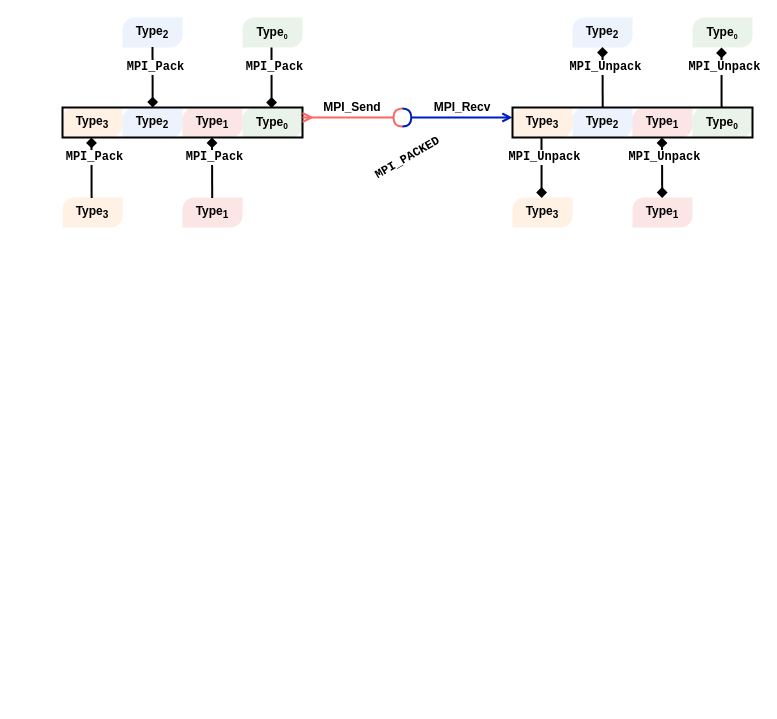
Earlier version of the draw.io diagram page "derived datatypes" (7 of 7) of content/diagrams/intermediate-mpi.drawio (ENCCS/intermediate-mpi). Source tidied: cells renumbered, new cells numbered last; positions are measured from the earlier drawing's top-left corner, leaving out a move shared by most shapes. Both pictures are drawn from the tidied source at 100%, with x=0, y=0 at pixel (62, 17).
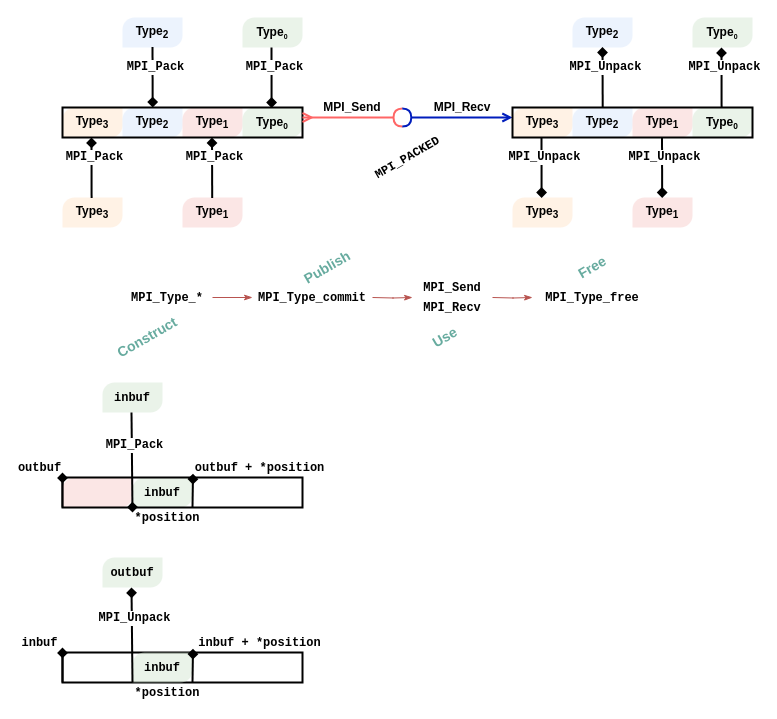
The same diagram, later.

The edit, as a diff of the source:
```diff
@@
+    <mxCell id="57" style="rounded=0;whiteSpace=wrap;html=1;strokeWidth=2;fillColor=none;" parent="1" vertex="1">
+      <mxGeometry y="635" width="240" height="30" as="geometry" />
+    </mxCell>
+    <mxCell id="58" style="verticalLabelPosition=bottom;verticalAlign=top;html=1;shape=mxgraph.basic.diag_round_rect;dx=6;shadow=0;fillColor=#d5e8d4;opacity=50;fontFamily=Helvetica;strokeColor=none;" parent="1" vertex="1">
+      <mxGeometry x="40" y="365" width="60" height="30" as="geometry" />
+    </mxCell>
@@
-    <mxCell id="55" style="endArrow=diamond;html=1;strokeWidth=2;entryX=0.834;entryY=0.047;entryDx=0;entryDy=0;entryPerimeter=0;endFill=1;startArrow=diamond;startFill=1;" parent="1" edge="1">
+    <mxCell id="55" style="endArrow=diamond;html=1;strokeWidth=2;entryX=0.834;entryY=0.047;entryDx=0;entryDy=0;entryPerimeter=0;endFill=1;startArrow=none;startFill=0;" parent="1" edge="1">
       <mxGeometry relative="1" as="geometry">
         <mxPoint x="599.5" y="120" as="sourcePoint" />
         <mxPoint x="599.7" y="180.4" as="targetPoint" />
       </mxGeometry>
     </mxCell>
@@
+    <mxCell id="59" value="&lt;b&gt;&lt;font color=&quot;#67ab9f&quot; style=&quot;font-size: 14px&quot;&gt;Construct&lt;/font&gt;&lt;/b&gt;" style="text;html=1;align=center;verticalAlign=middle;whiteSpace=wrap;rounded=0;rotation=-30;" parent="1" vertex="1">
+      <mxGeometry x="50" y="310" width="70" height="20" as="geometry" />
+    </mxCell>
+    <mxCell id="60" value="&lt;b&gt;&lt;font color=&quot;#67ab9f&quot; style=&quot;font-size: 14px&quot;&gt;Publish&lt;/font&gt;&lt;/b&gt;" style="text;html=1;align=center;verticalAlign=middle;whiteSpace=wrap;rounded=0;rotation=-30;" parent="1" vertex="1">
+      <mxGeometry x="230" y="240" width="70" height="20" as="geometry" />
+    </mxCell>
+    <mxCell id="61" value="&lt;b&gt;&lt;font color=&quot;#67ab9f&quot; style=&quot;font-size: 14px&quot;&gt;Use&lt;/font&gt;&lt;/b&gt;" style="text;html=1;align=center;verticalAlign=middle;whiteSpace=wrap;rounded=0;rotation=-30;" parent="1" vertex="1">
+      <mxGeometry x="360" y="310" width="45" height="20" as="geometry" />
+    </mxCell>
+    <mxCell id="62" value="&lt;b&gt;&lt;font color=&quot;#67ab9f&quot; style=&quot;font-size: 14px&quot;&gt;Free&lt;/font&gt;&lt;/b&gt;" style="text;html=1;align=center;verticalAlign=middle;whiteSpace=wrap;rounded=0;rotation=-30;" parent="1" vertex="1">
+      <mxGeometry x="510" y="240" width="40" height="20" as="geometry" />
+    </mxCell>
+    <mxCell id="63" style="edgeStyle=orthogonalEdgeStyle;rounded=0;jettySize=auto;html=1;startArrow=none;startFill=0;endArrow=classicThin;endFill=1;strokeColor=#b85450;strokeWidth=1;fillColor=#f8cecc;" parent="1" edge="1" source="64" target="65">
+      <mxGeometry relative="1" as="geometry" />
+    </mxCell>
+    <mxCell id="64" value="&lt;font face=&quot;Courier New&quot;&gt;&lt;b&gt;MPI_Type_*&lt;/b&gt;&lt;/font&gt;" style="text;html=1;strokeColor=none;fillColor=none;align=center;verticalAlign=middle;whiteSpace=wrap;rounded=0;" parent="1" vertex="1">
+      <mxGeometry x="60" y="270" width="90" height="20" as="geometry" />
+    </mxCell>
+    <mxCell id="65" value="&lt;font face=&quot;Courier New&quot;&gt;&lt;b&gt;MPI_Type_commit&lt;/b&gt;&lt;/font&gt;" style="text;html=1;strokeColor=none;fillColor=none;align=center;verticalAlign=middle;whiteSpace=wrap;rounded=0;" parent="1" vertex="1">
+      <mxGeometry x="190" y="270" width="120" height="20" as="geometry" />
+    </mxCell>
+    <mxCell id="66" value="&lt;font face=&quot;Courier New&quot;&gt;&lt;b&gt;MPI_Send&lt;/b&gt;&lt;/font&gt;" style="text;html=1;strokeColor=none;fillColor=none;align=center;verticalAlign=middle;whiteSpace=wrap;rounded=0;" parent="1" vertex="1">
+      <mxGeometry x="330" y="260" width="120" height="20" as="geometry" />
+    </mxCell>
+    <mxCell id="67" value="&lt;font face=&quot;Courier New&quot;&gt;&lt;b&gt;MPI_Recv&lt;/b&gt;&lt;/font&gt;" style="text;html=1;strokeColor=none;fillColor=none;align=center;verticalAlign=middle;whiteSpace=wrap;rounded=0;" parent="1" vertex="1">
+      <mxGeometry x="330" y="280" width="120" height="20" as="geometry" />
+    </mxCell>
+    <mxCell id="68" value="&lt;font face=&quot;Courier New&quot;&gt;&lt;b&gt;MPI_Type_free&lt;/b&gt;&lt;/font&gt;" style="text;html=1;strokeColor=none;fillColor=none;align=center;verticalAlign=middle;whiteSpace=wrap;rounded=0;" parent="1" vertex="1">
+      <mxGeometry x="470" y="270" width="120" height="20" as="geometry" />
+    </mxCell>
+    <mxCell id="69" style="edgeStyle=orthogonalEdgeStyle;rounded=0;orthogonalLoop=1;jettySize=auto;html=1;startArrow=none;startFill=0;endArrow=classicThin;endFill=1;strokeColor=#b85450;strokeWidth=1;fillColor=#f8cecc;" parent="1" edge="1">
+      <mxGeometry relative="1" as="geometry">
+        <mxPoint x="310" y="280" as="sourcePoint" />
+        <mxPoint x="350" y="280" as="targetPoint" />
+      </mxGeometry>
+    </mxCell>
+    <mxCell id="70" style="edgeStyle=orthogonalEdgeStyle;rounded=0;orthogonalLoop=1;jettySize=auto;html=1;startArrow=none;startFill=0;endArrow=classicThin;endFill=1;strokeColor=#b85450;strokeWidth=1;fillColor=#f8cecc;" parent="1" edge="1">
+      <mxGeometry relative="1" as="geometry">
+        <mxPoint x="430" y="280" as="sourcePoint" />
+        <mxPoint x="470" y="280" as="targetPoint" />
+      </mxGeometry>
+    </mxCell>
+    <mxCell id="71" style="verticalLabelPosition=bottom;verticalAlign=top;html=1;shape=mxgraph.basic.diag_round_rect;dx=6;shadow=0;fillColor=#d5e8d4;opacity=50;fontFamily=Helvetica;strokeColor=none;" parent="1" vertex="1">
+      <mxGeometry x="70" y="460" width="60" height="30" as="geometry" />
+    </mxCell>
+    <mxCell id="72" value="&lt;b&gt;&lt;font face=&quot;Courier New&quot;&gt;inbuf&lt;/font&gt;&lt;/b&gt;" style="text;html=1;strokeColor=none;fillColor=none;align=center;verticalAlign=middle;whiteSpace=wrap;rounded=0;opacity=30;" parent="1" vertex="1">
+      <mxGeometry x="80" y="465" width="40" height="20" as="geometry" />
+    </mxCell>
+    <mxCell id="73" value="&lt;b&gt;&lt;font face=&quot;Courier New&quot;&gt;inbuf&lt;/font&gt;&lt;/b&gt;" style="text;html=1;strokeColor=none;fillColor=none;align=center;verticalAlign=middle;whiteSpace=wrap;rounded=0;opacity=30;" parent="1" vertex="1">
+      <mxGeometry x="50" y="370" width="40" height="20" as="geometry" />
+    </mxCell>
+    <mxCell id="74" value="&lt;font face=&quot;Courier New&quot;&gt;&lt;b&gt;outbuf&lt;/b&gt;&lt;/font&gt;" style="text;html=1;strokeColor=none;fillColor=none;align=center;verticalAlign=middle;whiteSpace=wrap;rounded=0;" parent="1" vertex="1">
+      <mxGeometry x="-45" y="440" width="45" height="20" as="geometry" />
+    </mxCell>
+    <mxCell id="75" value="&lt;font face=&quot;Courier New&quot;&gt;&lt;b&gt;*position&lt;/b&gt;&lt;/font&gt;" style="text;html=1;strokeColor=none;fillColor=none;align=center;verticalAlign=middle;whiteSpace=wrap;rounded=0;" parent="1" vertex="1">
+      <mxGeometry x="70" y="490" width="70" height="20" as="geometry" />
+    </mxCell>
+    <mxCell id="76" value="&lt;font face=&quot;Courier New&quot;&gt;&lt;b&gt;outbuf + *position&lt;/b&gt;&lt;/font&gt;" style="text;html=1;strokeColor=none;fillColor=none;align=center;verticalAlign=middle;whiteSpace=wrap;rounded=0;" parent="1" vertex="1">
+      <mxGeometry x="125" y="440" width="145" height="20" as="geometry" />
+    </mxCell>
+    <mxCell id="77" style="endArrow=diamond;html=1;strokeColor=#000000;strokeWidth=2;endFill=1;exitX=0;exitY=1;exitDx=0;exitDy=0;entryX=1;entryY=0.75;entryDx=0;entryDy=0;" parent="1" edge="1" source="80" target="74">
+      <mxGeometry relative="1" as="geometry" />
+    </mxCell>
+    <mxCell id="78" style="endArrow=diamond;html=1;strokeColor=#000000;strokeWidth=2;endFill=1;entryX=0.377;entryY=-0.127;entryDx=0;entryDy=0;entryPerimeter=0;" parent="1" edge="1">
+      <mxGeometry relative="1" as="geometry">
+        <mxPoint x="130" y="490" as="sourcePoint" />
+        <mxPoint x="130.5" y="456.2" as="targetPoint" />
+      </mxGeometry>
+    </mxCell>
+    <mxCell id="79" style="verticalLabelPosition=bottom;verticalAlign=top;html=1;shape=mxgraph.basic.diag_round_rect;dx=6;shadow=0;fillColor=#f8cecc;opacity=50;fontFamily=Helvetica;strokeColor=none;" parent="1" vertex="1">
+      <mxGeometry y="460" width="70" height="30" as="geometry" />
+    </mxCell>
+    <mxCell id="80" style="rounded=0;whiteSpace=wrap;html=1;strokeWidth=2;fillColor=none;" parent="1" vertex="1">
+      <mxGeometry y="460" width="240" height="30" as="geometry" />
+    </mxCell>
+    <mxCell id="81" style="endArrow=diamond;html=1;strokeWidth=2;entryX=0;entryY=0.25;entryDx=0;entryDy=0;endFill=1;startArrow=none;startFill=0;" parent="1" edge="1" target="75">
+      <mxGeometry relative="1" as="geometry">
+        <mxPoint x="69" y="395" as="sourcePoint" />
+      </mxGeometry>
+    </mxCell>
+    <mxCell id="82" value="&lt;b&gt;&lt;font face=&quot;Courier New&quot; style=&quot;font-size: 12px&quot;&gt;MPI_Pack&lt;/font&gt;&lt;/b&gt;" style="edgeLabel;html=1;align=center;verticalAlign=middle;" parent="81" vertex="1">
+      <mxGeometry x="-0.35" y="2" relative="1" as="geometry" />
+    </mxCell>
+    <mxCell id="83" style="verticalLabelPosition=bottom;verticalAlign=top;html=1;shape=mxgraph.basic.diag_round_rect;dx=6;shadow=0;fillColor=#d5e8d4;opacity=50;fontFamily=Helvetica;strokeColor=none;" parent="1" vertex="1">
+      <mxGeometry x="40" y="540" width="60" height="30" as="geometry" />
+    </mxCell>
+    <mxCell id="84" style="verticalLabelPosition=bottom;verticalAlign=top;html=1;shape=mxgraph.basic.diag_round_rect;dx=6;shadow=0;fillColor=#d5e8d4;opacity=50;fontFamily=Helvetica;strokeColor=none;" parent="1" vertex="1">
+      <mxGeometry x="70" y="635" width="60" height="30" as="geometry" />
+    </mxCell>
+    <mxCell id="85" value="&lt;b&gt;&lt;font face=&quot;Courier New&quot;&gt;inbuf&lt;/font&gt;&lt;/b&gt;" style="text;html=1;strokeColor=none;fillColor=none;align=center;verticalAlign=middle;whiteSpace=wrap;rounded=0;opacity=30;" parent="1" vertex="1">
+      <mxGeometry x="80" y="640" width="40" height="20" as="geometry" />
+    </mxCell>
+    <mxCell id="86" value="&lt;b&gt;&lt;font face=&quot;Courier New&quot;&gt;outbuf&lt;/font&gt;&lt;/b&gt;" style="text;html=1;strokeColor=none;fillColor=none;align=center;verticalAlign=middle;whiteSpace=wrap;rounded=0;opacity=30;" parent="1" vertex="1">
+      <mxGeometry x="50" y="545" width="40" height="20" as="geometry" />
+    </mxCell>
+    <mxCell id="87" value="&lt;font face=&quot;Courier New&quot;&gt;&lt;b&gt;inbuf&lt;/b&gt;&lt;/font&gt;" style="text;html=1;strokeColor=none;fillColor=none;align=center;verticalAlign=middle;whiteSpace=wrap;rounded=0;" parent="1" vertex="1">
+      <mxGeometry x="-45" y="615" width="45" height="20" as="geometry" />
+    </mxCell>
+    <mxCell id="88" value="&lt;font face=&quot;Courier New&quot;&gt;&lt;b&gt;*position&lt;/b&gt;&lt;/font&gt;" style="text;html=1;strokeColor=none;fillColor=none;align=center;verticalAlign=middle;whiteSpace=wrap;rounded=0;" parent="1" vertex="1">
+      <mxGeometry x="70" y="665" width="70" height="20" as="geometry" />
+    </mxCell>
+    <mxCell id="89" value="&lt;font face=&quot;Courier New&quot;&gt;&lt;b&gt;inbuf + *position&lt;/b&gt;&lt;/font&gt;" style="text;html=1;strokeColor=none;fillColor=none;align=center;verticalAlign=middle;whiteSpace=wrap;rounded=0;" parent="1" vertex="1">
+      <mxGeometry x="125" y="615" width="145" height="20" as="geometry" />
+    </mxCell>
+    <mxCell id="90" style="endArrow=diamond;html=1;strokeColor=#000000;strokeWidth=2;endFill=1;exitX=0;exitY=1;exitDx=0;exitDy=0;entryX=1;entryY=0.75;entryDx=0;entryDy=0;" parent="1" edge="1" source="57" target="87">
+      <mxGeometry relative="1" as="geometry" />
+    </mxCell>
+    <mxCell id="91" style="endArrow=diamond;html=1;strokeColor=#000000;strokeWidth=2;endFill=1;entryX=0.377;entryY=-0.127;entryDx=0;entryDy=0;entryPerimeter=0;" parent="1" edge="1">
+      <mxGeometry relative="1" as="geometry">
+        <mxPoint x="130" y="665" as="sourcePoint" />
+        <mxPoint x="130.5" y="631.2" as="targetPoint" />
+      </mxGeometry>
+    </mxCell>
+    <mxCell id="92" style="endArrow=none;html=1;strokeWidth=2;endFill=0;startArrow=diamond;startFill=1;entryX=0;entryY=1;entryDx=0;entryDy=0;entryPerimeter=0;" parent="1" edge="1" target="84">
+      <mxGeometry relative="1" as="geometry">
+        <mxPoint x="69" y="570" as="sourcePoint" />
+      </mxGeometry>
+    </mxCell>
+    <mxCell id="93" value="&lt;b&gt;&lt;font face=&quot;Courier New&quot; style=&quot;font-size: 12px&quot;&gt;MPI_Unpack&lt;/font&gt;&lt;/b&gt;" style="edgeLabel;html=1;align=center;verticalAlign=middle;" parent="92" vertex="1">
+      <mxGeometry x="-0.35" y="2" relative="1" as="geometry" />
+    </mxCell>
```
